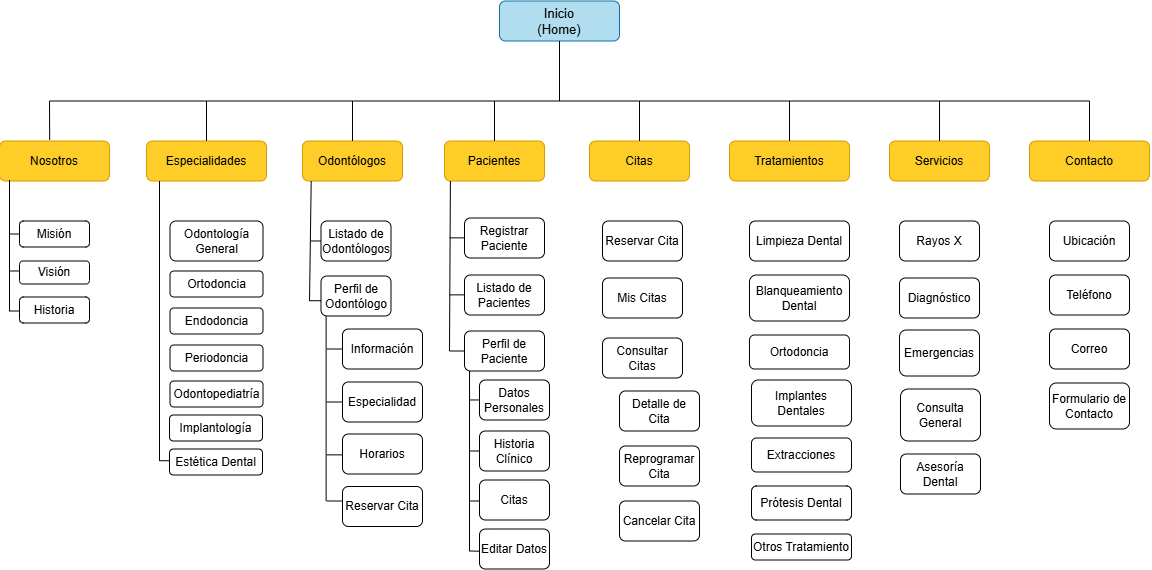
This is sistema web.drawio.png from IngridCruzY/sistema-web-cl-nica-odont-loga, a draw.io export, as it was before one commit. Source tidied: cells renumbered, new cells last; positions are measured from the earlier drawing's top-left corner, leaving out a move shared by most shapes.
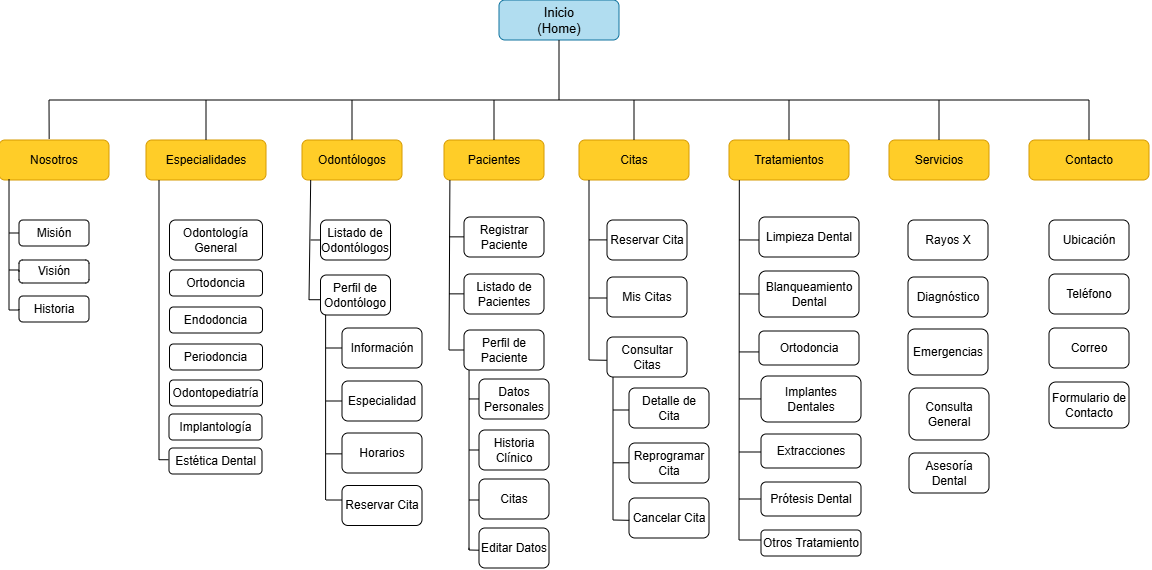
After the change.

Diff of the diagram source:
```diff
@@ -29,7 +29,7 @@
       <mxGeometry x="445" y="140" width="100" height="40" as="geometry" />
     </mxCell>
     <mxCell id="9" value="Citas" style="rounded=1;whiteSpace=wrap;html=1;fillColor=light-dark(#FFCD28,#33FFFF);gradientColor=none;strokeColor=light-dark(#d79b00, #95d4f3);fontColor=light-dark(#000000,#000000);" parent="1" vertex="1">
-      <mxGeometry x="590" y="140" width="100" height="40" as="geometry" />
+      <mxGeometry x="580" y="140" width="110" height="40" as="geometry" />
     </mxCell>
     <mxCell id="10" value="Tratamientos" style="rounded=1;whiteSpace=wrap;html=1;fillColor=light-dark(#FFCD28,#33FFFF);gradientColor=none;strokeColor=light-dark(#d79b00, #95d4f3);fontColor=light-dark(#000000,#000000);" parent="1" vertex="1">
       <mxGeometry x="730" y="140" width="120" height="40" as="geometry" />
@@ -67,7 +67,7 @@
     </mxCell>
     <mxCell id="18" style="endArrow=none;html=1;rounded=0;exitX=0.5;exitY=0;exitDx=0;exitDy=0;" parent="1" edge="1" source="9">
       <mxGeometry relative="1" as="geometry">
-        <mxPoint x="640" y="100" as="targetPoint" />
+        <mxPoint x="635" y="100" as="targetPoint" />
       </mxGeometry>
     </mxCell>
     <mxCell id="19" style="endArrow=none;html=1;rounded=0;" parent="1" edge="1" source="10">
@@ -150,58 +150,58 @@
       <mxGeometry x="480" y="528" width="70" height="40" as="geometry" />
     </mxCell>
     <mxCell id="44" value="Reservar Cita" style="rounded=1;whiteSpace=wrap;html=1;" parent="1" vertex="1">
-      <mxGeometry x="603" y="220" width="80" height="40" as="geometry" />
+      <mxGeometry x="608" y="220" width="80" height="40" as="geometry" />
     </mxCell>
     <mxCell id="45" value="Mis Citas" style="rounded=1;whiteSpace=wrap;html=1;" parent="1" vertex="1">
-      <mxGeometry x="603" y="277" width="80" height="40" as="geometry" />
+      <mxGeometry x="608" y="277" width="80" height="40" as="geometry" />
     </mxCell>
     <mxCell id="46" value="Consultar Citas" style="rounded=1;whiteSpace=wrap;html=1;" parent="1" vertex="1">
-      <mxGeometry x="603" y="337" width="80" height="40" as="geometry" />
+      <mxGeometry x="608" y="337" width="80" height="40" as="geometry" />
     </mxCell>
     <mxCell id="47" value="Detalle de Cita" style="rounded=1;whiteSpace=wrap;html=1;" parent="1" vertex="1">
-      <mxGeometry x="620" y="390" width="80" height="40" as="geometry" />
+      <mxGeometry x="630" y="388" width="80" height="40" as="geometry" />
     </mxCell>
     <mxCell id="48" value="Reprogramar Cita" style="rounded=1;whiteSpace=wrap;html=1;" parent="1" vertex="1">
-      <mxGeometry x="620" y="445" width="80" height="40" as="geometry" />
+      <mxGeometry x="630" y="443" width="80" height="40" as="geometry" />
     </mxCell>
     <mxCell id="49" value="Cancelar Cita" style="rounded=1;whiteSpace=wrap;html=1;" parent="1" vertex="1">
-      <mxGeometry x="620" y="500" width="80" height="40" as="geometry" />
+      <mxGeometry x="630" y="498" width="80" height="40" as="geometry" />
     </mxCell>
     <mxCell id="50" value="Blanqueamiento Dental" style="rounded=1;whiteSpace=wrap;html=1;" parent="1" vertex="1">
-      <mxGeometry x="750" y="274" width="100" height="46" as="geometry" />
+      <mxGeometry x="760" y="271" width="100" height="46" as="geometry" />
     </mxCell>
     <mxCell id="51" value="Ortodoncia" style="rounded=1;whiteSpace=wrap;html=1;" parent="1" vertex="1">
-      <mxGeometry x="750" y="334" width="100" height="34" as="geometry" />
+      <mxGeometry x="760" y="331" width="100" height="34" as="geometry" />
     </mxCell>
     <mxCell id="52" value="Implantes Dentales" style="rounded=1;whiteSpace=wrap;html=1;" parent="1" vertex="1">
-      <mxGeometry x="752" y="379" width="100" height="46" as="geometry" />
+      <mxGeometry x="762" y="376" width="100" height="46" as="geometry" />
     </mxCell>
     <mxCell id="53" value="Extracciones" style="rounded=1;whiteSpace=wrap;html=1;" parent="1" vertex="1">
-      <mxGeometry x="752" y="437" width="100" height="34" as="geometry" />
+      <mxGeometry x="762" y="434" width="100" height="34" as="geometry" />
     </mxCell>
     <mxCell id="54" value="Prótesis Dental" style="rounded=1;whiteSpace=wrap;html=1;" parent="1" vertex="1">
-      <mxGeometry x="752" y="485" width="100" height="34" as="geometry" />
+      <mxGeometry x="762" y="482" width="100" height="34" as="geometry" />
     </mxCell>
     <mxCell id="55" value="Otros Tratamiento" style="rounded=1;whiteSpace=wrap;html=1;" parent="1" vertex="1">
-      <mxGeometry x="752" y="533" width="100" height="26" as="geometry" />
+      <mxGeometry x="762" y="530" width="100" height="26" as="geometry" />
     </mxCell>
     <mxCell id="56" value="Limpieza Dental" style="rounded=1;whiteSpace=wrap;html=1;" parent="1" vertex="1">
-      <mxGeometry x="750" y="220" width="100" height="40" as="geometry" />
+      <mxGeometry x="760" y="217" width="100" height="40" as="geometry" />
     </mxCell>
     <mxCell id="57" value="Rayos X" style="rounded=1;whiteSpace=wrap;html=1;" parent="1" vertex="1">
-      <mxGeometry x="900" y="220" width="80" height="40" as="geometry" />
+      <mxGeometry x="909" y="220" width="80" height="40" as="geometry" />
     </mxCell>
     <mxCell id="58" value="Diagnóstico" style="rounded=1;whiteSpace=wrap;html=1;" parent="1" vertex="1">
-      <mxGeometry x="900" y="277" width="80" height="40" as="geometry" />
+      <mxGeometry x="909" y="277" width="80" height="40" as="geometry" />
     </mxCell>
     <mxCell id="59" value="Emergencias" style="rounded=1;whiteSpace=wrap;html=1;" parent="1" vertex="1">
-      <mxGeometry x="900" y="329" width="80" height="46" as="geometry" />
+      <mxGeometry x="909" y="329" width="80" height="46" as="geometry" />
     </mxCell>
     <mxCell id="60" value="Consulta General" style="rounded=1;whiteSpace=wrap;html=1;" parent="1" vertex="1">
-      <mxGeometry x="901" y="388" width="80" height="52" as="geometry" />
+      <mxGeometry x="910" y="388" width="80" height="52" as="geometry" />
     </mxCell>
     <mxCell id="61" value="Asesoría Dental" style="rounded=1;whiteSpace=wrap;html=1;" parent="1" vertex="1">
-      <mxGeometry x="901" y="453" width="80" height="40" as="geometry" />
+      <mxGeometry x="910" y="453" width="80" height="40" as="geometry" />
     </mxCell>
     <mxCell id="62" value="Ubicación" style="rounded=1;whiteSpace=wrap;html=1;" parent="1" vertex="1">
       <mxGeometry x="1050" y="220" width="80" height="40" as="geometry" />
@@ -351,5 +351,97 @@
         <mxPoint x="480" y="500" as="targetPoint" />
       </mxGeometry>
     </mxCell>
+    <mxCell id="89" style="endArrow=none;html=1;rounded=0;entryX=0.1;entryY=1;entryDx=0;entryDy=0;entryPerimeter=0;" parent="1" edge="1">
+      <mxGeometry relative="1" as="geometry">
+        <mxPoint x="590" y="360" as="sourcePoint" />
+        <mxPoint x="590" y="180" as="targetPoint" />
+      </mxGeometry>
+    </mxCell>
+    <mxCell id="90" style="endArrow=none;html=1;rounded=0;entryX=-0.002;entryY=0.582;entryDx=0;entryDy=0;entryPerimeter=0;" parent="1" edge="1" target="46">
+      <mxGeometry relative="1" as="geometry">
+        <mxPoint x="590" y="360" as="sourcePoint" />
+      </mxGeometry>
+    </mxCell>
+    <mxCell id="91" style="endArrow=none;html=1;rounded=0;entryX=-0.002;entryY=0.582;entryDx=0;entryDy=0;entryPerimeter=0;" parent="1" edge="1">
+      <mxGeometry relative="1" as="geometry">
+        <mxPoint x="590" y="298" as="sourcePoint" />
+        <mxPoint x="608" y="298" as="targetPoint" />
+      </mxGeometry>
+    </mxCell>
+    <mxCell id="92" style="endArrow=none;html=1;rounded=0;entryX=-0.002;entryY=0.582;entryDx=0;entryDy=0;entryPerimeter=0;" parent="1" edge="1">
+      <mxGeometry relative="1" as="geometry">
+        <mxPoint x="590" y="239.9" as="sourcePoint" />
+        <mxPoint x="608" y="239.9" as="targetPoint" />
+      </mxGeometry>
+    </mxCell>
+    <mxCell id="93" style="endArrow=none;html=1;rounded=0;entryX=0.075;entryY=0.994;entryDx=0;entryDy=0;entryPerimeter=0;" parent="1" edge="1">
+      <mxGeometry relative="1" as="geometry">
+        <mxPoint x="614" y="520" as="sourcePoint" />
+        <mxPoint x="614" y="377" as="targetPoint" />
+      </mxGeometry>
+    </mxCell>
+    <mxCell id="94" style="endArrow=none;html=1;rounded=0;entryX=0.003;entryY=0.558;entryDx=0;entryDy=0;entryPerimeter=0;" parent="1" edge="1" target="49">
+      <mxGeometry relative="1" as="geometry">
+        <mxPoint x="614" y="520" as="sourcePoint" />
+      </mxGeometry>
+    </mxCell>
+    <mxCell id="95" style="endArrow=none;html=1;rounded=0;entryX=0;entryY=0.363;entryDx=0;entryDy=0;entryPerimeter=0;" parent="1" edge="1">
+      <mxGeometry relative="1" as="geometry">
+        <mxPoint x="614" y="462.8" as="sourcePoint" />
+        <mxPoint x="630" y="462.8" as="targetPoint" />
+      </mxGeometry>
+    </mxCell>
+    <mxCell id="96" style="endArrow=none;html=1;rounded=0;entryX=0;entryY=0.363;entryDx=0;entryDy=0;entryPerimeter=0;" parent="1" edge="1">
+      <mxGeometry relative="1" as="geometry">
+        <mxPoint x="614" y="410" as="sourcePoint" />
+        <mxPoint x="630" y="410" as="targetPoint" />
+      </mxGeometry>
+    </mxCell>
+    <mxCell id="97" style="endArrow=none;html=1;rounded=0;" parent="1" edge="1">
+      <mxGeometry relative="1" as="geometry">
+        <mxPoint x="740" y="540" as="sourcePoint" />
+        <mxPoint x="740.3" y="180" as="targetPoint" />
+      </mxGeometry>
+    </mxCell>
+    <mxCell id="98" style="endArrow=none;html=1;rounded=0;entryX=0.001;entryY=0.385;entryDx=0;entryDy=0;entryPerimeter=0;" parent="1" edge="1" target="55">
+      <mxGeometry relative="1" as="geometry">
+        <mxPoint x="740" y="540" as="sourcePoint" />
+      </mxGeometry>
+    </mxCell>
+    <mxCell id="99" style="endArrow=none;html=1;rounded=0;entryX=0.001;entryY=0.385;entryDx=0;entryDy=0;entryPerimeter=0;" parent="1" edge="1">
+      <mxGeometry relative="1" as="geometry">
+        <mxPoint x="740" y="499" as="sourcePoint" />
+        <mxPoint x="762" y="499" as="targetPoint" />
+      </mxGeometry>
+    </mxCell>
+    <mxCell id="100" style="endArrow=none;html=1;rounded=0;entryX=0.001;entryY=0.385;entryDx=0;entryDy=0;entryPerimeter=0;" parent="1" edge="1">
+      <mxGeometry relative="1" as="geometry">
+        <mxPoint x="740" y="452" as="sourcePoint" />
+        <mxPoint x="762" y="452" as="targetPoint" />
+      </mxGeometry>
+    </mxCell>
+    <mxCell id="101" style="endArrow=none;html=1;rounded=0;entryX=0.001;entryY=0.385;entryDx=0;entryDy=0;entryPerimeter=0;" parent="1" edge="1">
+      <mxGeometry relative="1" as="geometry">
+        <mxPoint x="740" y="398.9" as="sourcePoint" />
+        <mxPoint x="762" y="398.9" as="targetPoint" />
+      </mxGeometry>
+    </mxCell>
+    <mxCell id="102" style="endArrow=none;html=1;rounded=0;" parent="1" edge="1">
+      <mxGeometry relative="1" as="geometry">
+        <mxPoint x="740" y="351.9" as="sourcePoint" />
+        <mxPoint x="760" y="351.9" as="targetPoint" />
+      </mxGeometry>
+    </mxCell>
+    <mxCell id="103" style="endArrow=none;html=1;rounded=0;entryX=0;entryY=0.5;entryDx=0;entryDy=0;" parent="1" edge="1" target="50">
+      <mxGeometry relative="1" as="geometry">
+        <mxPoint x="740" y="293.9" as="sourcePoint" />
+      </mxGeometry>
+    </mxCell>
+    <mxCell id="104" style="endArrow=none;html=1;rounded=0;" parent="1" edge="1">
+      <mxGeometry relative="1" as="geometry">
+        <mxPoint x="740" y="239.9" as="sourcePoint" />
+        <mxPoint x="760" y="240" as="targetPoint" />
+      </mxGeometry>
+    </mxCell>
   </root>
 </mxGraphModel>
```
